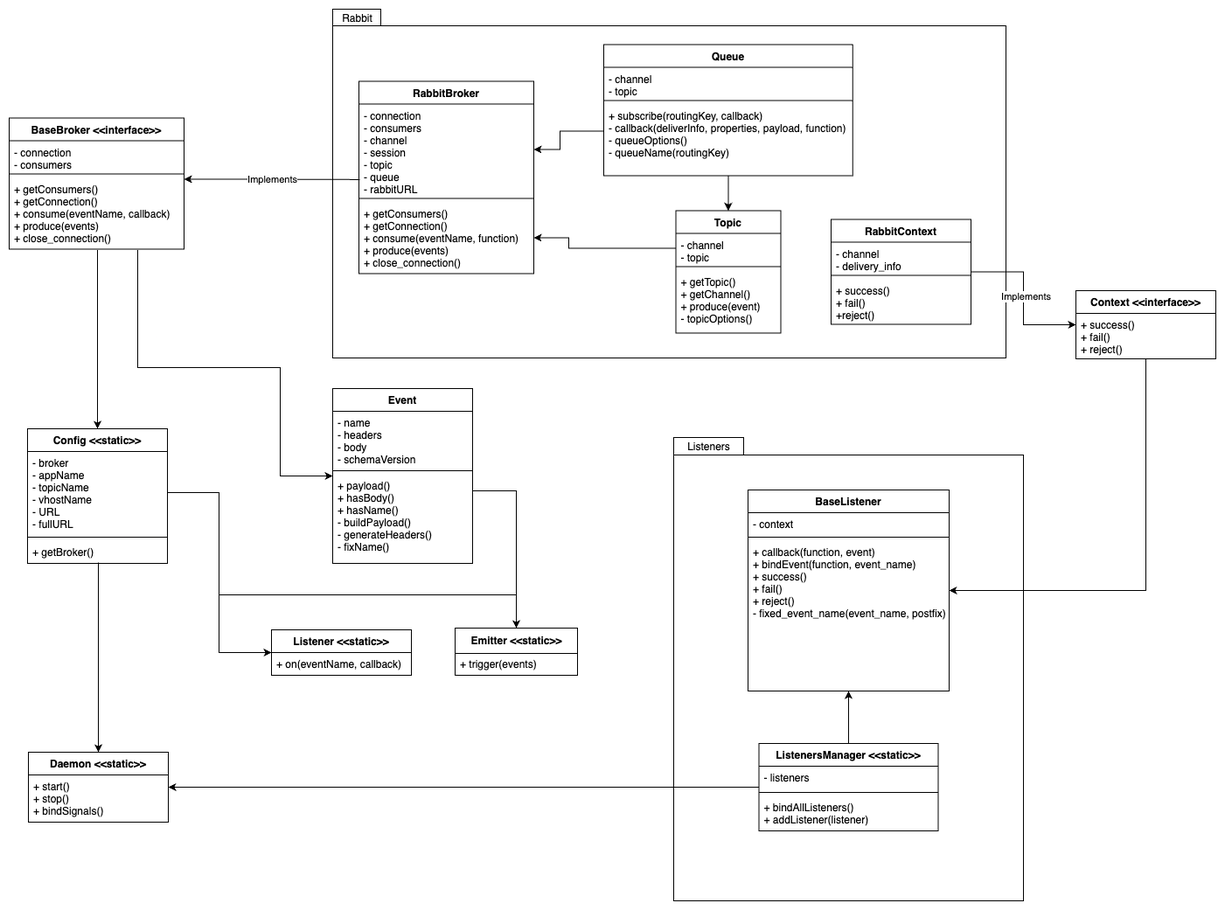
pin-people/event_people keeps this draw.io diagram as diagram.png. Above is the earlier version. Source tidied: cells renumbered, new cells last; positions are measured from the earlier drawing's top-left corner, leaving out a move shared by most shapes.
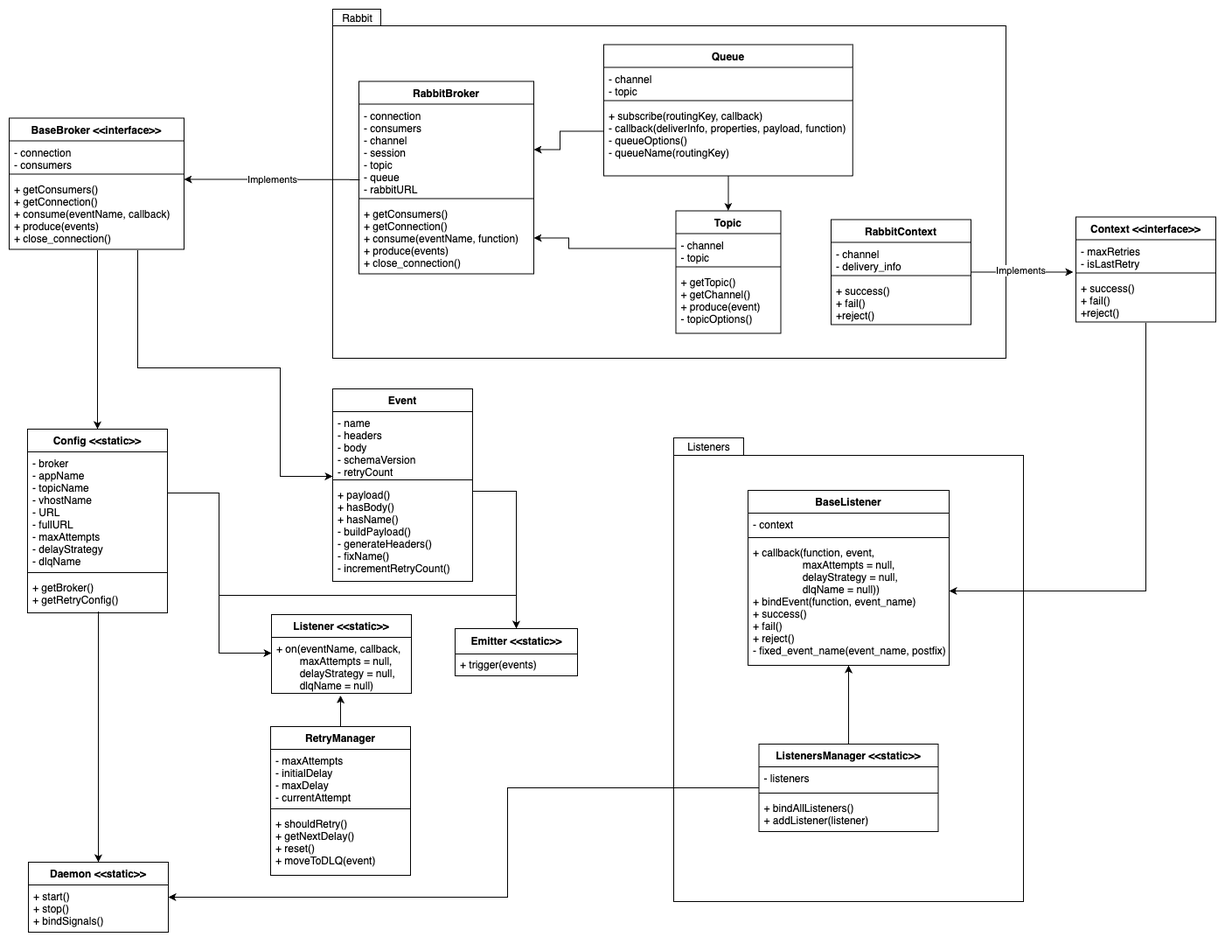
After the commit.

What changed in the source:
```diff
@@ -18,16 +18,16 @@
       <mxGeometry y="68" width="200" height="82" as="geometry" />
     </mxCell>
     <mxCell id="7" value="Config &lt;&lt;static&gt;&gt;" style="swimlane;fontStyle=1;align=center;verticalAlign=top;horizontal=1;startSize=26;" parent="1" vertex="1">
-      <mxGeometry x="21" y="480" width="160" height="154" as="geometry" />
+      <mxGeometry x="21" y="480" width="160" height="210" as="geometry" />
     </mxCell>
-    <mxCell id="8" value="- broker&#10;- appName&#10;- topicName&#10;- vhostName&#10;- URL&#10;- fullURL" style="text;strokeColor=none;fillColor=none;align=left;verticalAlign=top;spacingLeft=4;spacingRight=4;overflow=hidden;points=[[0,0.5],[1,0.5]];portConstraint=eastwest;" parent="7" vertex="1">
-      <mxGeometry y="26" width="160" height="94" as="geometry" />
+    <mxCell id="8" value="- broker&#10;- appName&#10;- topicName&#10;- vhostName&#10;- URL&#10;- fullURL&#10;- maxAttempts&#10;- delayStrategy&#10;- dlqName" style="text;strokeColor=none;fillColor=none;align=left;verticalAlign=top;spacingLeft=4;spacingRight=4;overflow=hidden;points=[[0,0.5],[1,0.5]];portConstraint=eastwest;" parent="7" vertex="1">
+      <mxGeometry y="26" width="160" height="134" as="geometry" />
     </mxCell>
     <mxCell id="9" style="line;strokeWidth=1;fillColor=none;align=left;verticalAlign=middle;spacingTop=-1;spacingLeft=3;spacingRight=3;labelPosition=right;" parent="7" vertex="1">
-      <mxGeometry y="120" width="160" height="8" as="geometry" />
+      <mxGeometry y="160" width="160" height="8" as="geometry" />
     </mxCell>
-    <mxCell id="10" value="+ getBroker()" style="text;strokeColor=none;fillColor=none;align=left;verticalAlign=top;spacingLeft=4;spacingRight=4;overflow=hidden;points=[[0,0.5],[1,0.5]];portConstraint=eastwest;" parent="7" vertex="1">
-      <mxGeometry y="128" width="160" height="26" as="geometry" />
+    <mxCell id="10" value="+ getBroker()&#10;+ getRetryConfig()" style="text;strokeColor=none;fillColor=none;align=left;verticalAlign=top;spacingLeft=4;spacingRight=4;overflow=hidden;points=[[0,0.5],[1,0.5]];portConstraint=eastwest;" parent="7" vertex="1">
+      <mxGeometry y="168" width="160" height="42" as="geometry" />
     </mxCell>
     <mxCell id="11" style="edgeStyle=orthogonalEdgeStyle;rounded=0;jettySize=auto;html=1;startArrow=classic;startFill=1;endArrow=none;endFill=0;" parent="1" edge="1" target="62">
       <mxGeometry relative="1" as="geometry">
@@ -48,16 +48,16 @@
       </mxGeometry>
     </mxCell>
     <mxCell id="13" value="Event" style="swimlane;fontStyle=1;align=center;verticalAlign=top;horizontal=1;startSize=26;" parent="1" vertex="1">
-      <mxGeometry x="370" y="434" width="160" height="200" as="geometry" />
+      <mxGeometry x="370" y="434" width="160" height="220" as="geometry" />
     </mxCell>
-    <mxCell id="14" value="- name&#10;- headers&#10;- body&#10;- schemaVersion" style="text;strokeColor=none;fillColor=none;align=left;verticalAlign=top;spacingLeft=4;spacingRight=4;overflow=hidden;" parent="13" vertex="1">
-      <mxGeometry y="26" width="160" height="64" as="geometry" />
+    <mxCell id="14" value="- name&#10;- headers&#10;- body&#10;- schemaVersion&#10;- retryCount" style="text;strokeColor=none;fillColor=none;align=left;verticalAlign=top;spacingLeft=4;spacingRight=4;overflow=hidden;" parent="13" vertex="1">
+      <mxGeometry y="26" width="160" height="74" as="geometry" />
     </mxCell>
     <mxCell id="15" style="line;strokeWidth=1;fillColor=none;align=left;verticalAlign=middle;spacingTop=-1;spacingLeft=3;spacingRight=3;labelPosition=right;" parent="13" vertex="1">
-      <mxGeometry y="90" width="160" height="8" as="geometry" />
+      <mxGeometry y="100" width="160" height="8" as="geometry" />
     </mxCell>
-    <mxCell id="16" value="+ payload()&#10;+ hasBody()&#10;+ hasName()&#10;- buildPayload()&#10;- generateHeaders()&#10;- fixName()" style="text;strokeColor=none;fillColor=none;align=left;verticalAlign=top;spacingLeft=4;spacingRight=4;overflow=hidden;" parent="13" vertex="1">
-      <mxGeometry y="98" width="160" height="102" as="geometry" />
+    <mxCell id="16" value="+ payload()&#10;+ hasBody()&#10;+ hasName()&#10;- buildPayload()&#10;- generateHeaders()&#10;- fixName()&#10;- incrementRetryCount()" style="text;strokeColor=none;fillColor=none;align=left;verticalAlign=top;spacingLeft=4;spacingRight=4;overflow=hidden;" parent="13" vertex="1">
+      <mxGeometry y="108" width="160" height="112" as="geometry" />
     </mxCell>
     <mxCell id="17" style="edgeStyle=orthogonalEdgeStyle;rounded=0;jettySize=auto;html=1;entryX=1;entryY=0.5;entryDx=0;entryDy=0;startArrow=classic;startFill=1;endArrow=none;endFill=0;" parent="1" edge="1" source="18" target="8">
       <mxGeometry relative="1" as="geometry">
@@ -68,10 +68,10 @@
       </mxGeometry>
     </mxCell>
     <mxCell id="18" value="Listener &lt;&lt;static&gt;&gt;" style="swimlane;fontStyle=1;align=center;verticalAlign=top;horizontal=1;startSize=26;" parent="1" vertex="1">
-      <mxGeometry x="300" y="710" width="160" height="52" as="geometry" />
+      <mxGeometry x="300" y="692" width="160" height="90" as="geometry" />
     </mxCell>
-    <mxCell id="19" value="+ on(eventName, callback)" style="text;strokeColor=none;fillColor=none;align=left;verticalAlign=top;spacingLeft=4;spacingRight=4;overflow=hidden;points=[[0,0.5],[1,0.5]];portConstraint=eastwest;" parent="18" vertex="1">
-      <mxGeometry y="26" width="160" height="26" as="geometry" />
+    <mxCell id="19" value="+ on(eventName, callback,&#10;        maxAttempts = null,&#10;        delayStrategy = null,&#10;        dlqName = null)" style="text;strokeColor=none;fillColor=none;align=left;verticalAlign=top;spacingLeft=4;spacingRight=4;overflow=hidden;points=[[0,0.5],[1,0.5]];portConstraint=eastwest;" parent="18" vertex="1">
+      <mxGeometry y="26" width="160" height="64" as="geometry" />
     </mxCell>
     <mxCell id="20" style="edgeStyle=orthogonalEdgeStyle;rounded=0;jettySize=auto;html=1;entryX=1;entryY=0.5;entryDx=0;entryDy=0;startArrow=classic;startFill=1;endArrow=none;endFill=0;" parent="1" edge="1" source="22" target="8">
       <mxGeometry relative="1" as="geometry">
@@ -108,7 +108,7 @@
       <mxGeometry relative="1" as="geometry" />
     </mxCell>
     <mxCell id="28" value="BaseListener" style="swimlane;fontStyle=1;align=center;verticalAlign=top;horizontal=1;startSize=26;" parent="24" vertex="1">
-      <mxGeometry x="85" y="60" width="230" height="230" as="geometry" />
+      <mxGeometry x="85" y="60" width="230" height="200" as="geometry" />
     </mxCell>
     <mxCell id="29" value="- context" style="text;strokeColor=none;fillColor=none;align=left;verticalAlign=top;spacingLeft=4;spacingRight=4;overflow=hidden;" parent="28" vertex="1">
       <mxGeometry y="26" width="230" height="24" as="geometry" />
@@ -116,8 +116,8 @@
     <mxCell id="30" style="line;strokeWidth=1;fillColor=none;align=left;verticalAlign=middle;spacingTop=-1;spacingLeft=3;spacingRight=3;labelPosition=right;" parent="28" vertex="1">
       <mxGeometry y="50" width="230" height="8" as="geometry" />
     </mxCell>
-    <mxCell id="31" value="+ callback(function, event)&#10;+ bindEvent(function, event_name)&#10;+ success()&#10;+ fail()&#10;+ reject()&#10;- fixed_event_name(event_name, postfix) " style="text;strokeColor=none;fillColor=none;align=left;verticalAlign=top;spacingLeft=4;spacingRight=4;overflow=hidden;" parent="28" vertex="1">
-      <mxGeometry y="58" width="230" height="172" as="geometry" />
+    <mxCell id="31" value="+ callback(function, event,&#10;                 maxAttempts = null,&#10;                 delayStrategy = null,&#10;                 dlqName = null))&#10;+ bindEvent(function, event_name)&#10;+ success()&#10;+ fail()&#10;+ reject()&#10;- fixed_event_name(event_name, postfix) " style="text;strokeColor=none;fillColor=none;align=left;verticalAlign=top;spacingLeft=4;spacingRight=4;overflow=hidden;" parent="28" vertex="1">
+      <mxGeometry y="58" width="230" height="142" as="geometry" />
     </mxCell>
     <mxCell id="32" value="ListenersManager &lt;&lt;static&gt;&gt;" style="swimlane;fontStyle=1;align=center;verticalAlign=top;horizontal=1;startSize=26;" parent="24" vertex="1">
       <mxGeometry x="97.5" y="350" width="205" height="100" as="geometry" />
@@ -132,23 +132,27 @@
       <mxGeometry y="60" width="205" height="40" as="geometry" />
     </mxCell>
     <mxCell id="36" style="edgeStyle=orthogonalEdgeStyle;rounded=0;jettySize=auto;html=1;entryX=0.506;entryY=0.962;entryDx=0;entryDy=0;entryPerimeter=0;startArrow=classic;startFill=1;endArrow=none;endFill=0;" parent="1" edge="1" source="38" target="10">
-      <mxGeometry relative="1" as="geometry" />
+      <mxGeometry relative="1" as="geometry">
+        <Array as="points">
+          <mxPoint x="102" y="770" />
+          <mxPoint x="102" y="770" />
+        </Array>
+      </mxGeometry>
     </mxCell>
     <mxCell id="37" style="edgeStyle=orthogonalEdgeStyle;rounded=0;jettySize=auto;html=1;startArrow=classic;startFill=1;endArrow=none;endFill=0;" parent="1" edge="1" source="38" target="32">
-      <mxGeometry relative="1" as="geometry" />
+      <mxGeometry relative="1" as="geometry">
+        <Array as="points">
+          <mxPoint x="570" y="1015" />
+          <mxPoint x="570" y="890" />
+        </Array>
+      </mxGeometry>
     </mxCell>
     <mxCell id="38" value="Daemon &lt;&lt;static&gt;&gt;" style="swimlane;fontStyle=1;align=center;verticalAlign=top;horizontal=1;startSize=26;" parent="1" vertex="1">
-      <mxGeometry x="22" y="850" width="160" height="80" as="geometry" />
+      <mxGeometry x="22" y="975" width="160" height="80" as="geometry" />
     </mxCell>
     <mxCell id="39" value="+ start()&#10;+ stop()&#10;+ bindSignals()" style="text;strokeColor=none;fillColor=none;align=left;verticalAlign=top;spacingLeft=4;spacingRight=4;overflow=hidden;" parent="38" vertex="1">
       <mxGeometry y="26" width="160" height="54" as="geometry" />
     </mxCell>
-    <mxCell id="40" value="Context &lt;&lt;interface&gt;&gt;" style="swimlane;fontStyle=1;align=center;verticalAlign=top;horizontal=1;startSize=26;" parent="1" vertex="1">
-      <mxGeometry x="1220" y="322" width="160" height="78" as="geometry" />
-    </mxCell>
-    <mxCell id="41" value="+ success()&#10;+ fail()&#10;+ reject()" style="text;strokeColor=none;fillColor=none;align=left;verticalAlign=top;spacingLeft=4;spacingRight=4;overflow=hidden;" parent="40" vertex="1">
-      <mxGeometry y="26" width="160" height="52" as="geometry" />
-    </mxCell>
     <mxCell id="42" style="shape=folder;fontStyle=1;spacingTop=10;tabWidth=55;tabHeight=19;tabPosition=left;html=1;" parent="1" vertex="1">
       <mxGeometry x="370" width="770" height="399" as="geometry" />
     </mxCell>
@@ -211,14 +215,18 @@
         </Array>
       </mxGeometry>
     </mxCell>
-    <mxCell id="59" style="edgeStyle=orthogonalEdgeStyle;rounded=0;jettySize=auto;html=1;startArrow=classic;startFill=1;endArrow=none;endFill=0;" parent="1" edge="1" source="40" target="53">
+    <mxCell id="59" style="edgeStyle=orthogonalEdgeStyle;rounded=0;jettySize=auto;html=1;startArrow=classic;startFill=1;endArrow=none;endFill=0;exitX=-0.019;exitY=1.088;exitDx=0;exitDy=0;exitPerimeter=0;" parent="1" edge="1" source="73" target="53">
       <mxGeometry relative="1" as="geometry" />
     </mxCell>
     <mxCell id="60" value="Implements" style="edgeLabel;html=1;align=center;verticalAlign=middle;" parent="59" vertex="1">
       <mxGeometry x="0.03" y="-2" relative="1" as="geometry" />
     </mxCell>
-    <mxCell id="61" style="edgeStyle=orthogonalEdgeStyle;rounded=0;jettySize=auto;html=1;startArrow=classic;startFill=1;endArrow=none;endFill=0;" parent="1" edge="1" source="28" target="40">
-      <mxGeometry relative="1" as="geometry" />
+    <mxCell id="61" style="edgeStyle=orthogonalEdgeStyle;rounded=0;jettySize=auto;html=1;startArrow=classic;startFill=1;endArrow=none;endFill=0;entryX=0.5;entryY=1.019;entryDx=0;entryDy=0;entryPerimeter=0;" parent="1" edge="1" source="28" target="75">
+      <mxGeometry relative="1" as="geometry">
+        <Array as="points">
+          <mxPoint x="1300" y="665" />
+        </Array>
+      </mxGeometry>
     </mxCell>
     <mxCell id="62" value="RabbitBroker" style="swimlane;fontStyle=1;align=center;verticalAlign=top;horizontal=1;startSize=26;" parent="1" vertex="1">
       <mxGeometry x="400" y="82.5" width="200" height="220" as="geometry" />
@@ -238,5 +246,32 @@
     <mxCell id="67" value="Implements" style="edgeLabel;html=1;align=center;verticalAlign=middle;" parent="66" vertex="1">
       <mxGeometry relative="1" as="geometry" />
     </mxCell>
+    <mxCell id="68" value="RetryManager" style="swimlane;fontStyle=1;align=center;verticalAlign=top;horizontal=1;startSize=26;" parent="1" vertex="1">
+      <mxGeometry x="299" y="820" width="160" height="170" as="geometry" />
+    </mxCell>
+    <mxCell id="69" value="- maxAttempts&#10;- initialDelay&#10;- maxDelay&#10;- currentAttempt" style="text;strokeColor=none;fillColor=none;align=left;verticalAlign=top;spacingLeft=4;spacingRight=4;overflow=hidden;" parent="68" vertex="1">
+      <mxGeometry y="26" width="160" height="64" as="geometry" />
+    </mxCell>
+    <mxCell id="70" style="line;strokeWidth=1;fillColor=none;align=left;verticalAlign=middle;spacingTop=-1;spacingLeft=3;spacingRight=3;labelPosition=right;" parent="68" vertex="1">
+      <mxGeometry y="90" width="160" height="8" as="geometry" />
+    </mxCell>
+    <mxCell id="71" value="+ shouldRetry()&#10;+ getNextDelay()&#10;+ reset()&#10;+ moveToDLQ(event)" style="text;strokeColor=none;fillColor=none;align=left;verticalAlign=top;spacingLeft=4;spacingRight=4;overflow=hidden;" parent="68" vertex="1">
+      <mxGeometry y="98" width="160" height="72" as="geometry" />
+    </mxCell>
+    <mxCell id="72" style="edgeStyle=orthogonalEdgeStyle;rounded=0;jettySize=auto;html=1;exitX=0.5;exitY=0;exitDx=0;exitDy=0;entryX=0.494;entryY=1.038;entryDx=0;entryDy=0;entryPerimeter=0;" parent="1" edge="1" source="68" target="19">
+      <mxGeometry relative="1" as="geometry" />
+    </mxCell>
+    <mxCell id="40" value="Context &lt;&lt;interface&gt;&gt;" style="swimlane;fontStyle=1;align=center;verticalAlign=top;horizontal=1;startSize=26;" parent="1" vertex="1">
+      <mxGeometry x="1220" y="237.5" width="160" height="120" as="geometry" />
+    </mxCell>
+    <mxCell id="73" value="- maxRetries&#10;- isLastRetry" style="text;strokeColor=none;fillColor=none;align=left;verticalAlign=top;spacingLeft=4;spacingRight=4;overflow=hidden;points=[[0,0.5],[1,0.5]];portConstraint=eastwest;" parent="40" vertex="1">
+      <mxGeometry y="26" width="160" height="34" as="geometry" />
+    </mxCell>
+    <mxCell id="74" style="line;strokeWidth=1;fillColor=none;align=left;verticalAlign=middle;spacingTop=-1;spacingLeft=3;spacingRight=3;labelPosition=right;" parent="40" vertex="1">
+      <mxGeometry y="60" width="160" height="8" as="geometry" />
+    </mxCell>
+    <mxCell id="75" value="+ success()&#10;+ fail()&#10;+reject()" style="text;strokeColor=none;fillColor=none;align=left;verticalAlign=top;spacingLeft=4;spacingRight=4;overflow=hidden;points=[[0,0.5],[1,0.5]];portConstraint=eastwest;" parent="40" vertex="1">
+      <mxGeometry y="68" width="160" height="52" as="geometry" />
+    </mxCell>
   </root>
 </mxGraphModel>
```
